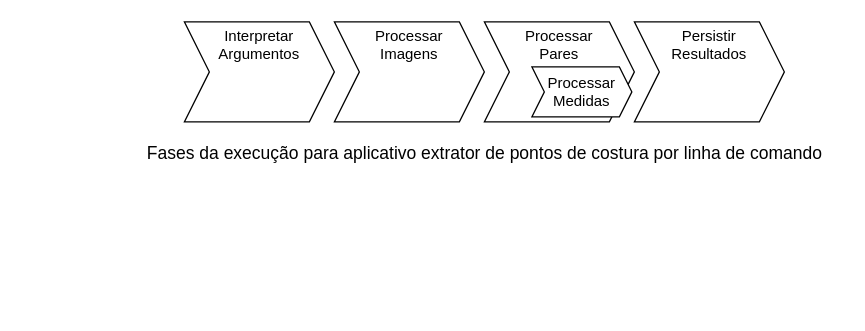
Above: page "Macro" (1 of 6) of Final_Diagrams.drawio in tatorj/Tcc (draw.io), before the change. Source tidied: cells renumbered, new cells numbered last; positions are measured from the earlier drawing's top-left corner, leaving out a move shared by most shapes. Both pictures are drawn from the tidied source at 125%, with x=0, y=0 at pixel (124, 21).
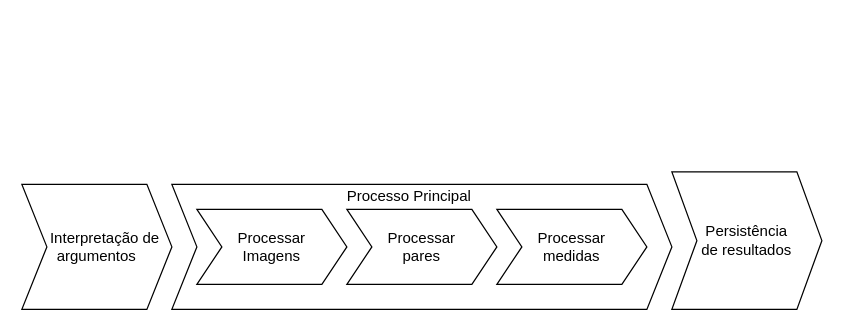
The same diagram, later.

Diff of the diagram source:
```diff
@@
 <mxGraphModel>
   <root>
     <mxCell id="0" />
     <mxCell id="1" parent="0" />
-    <mxCell id="2" value="&lt;font style=&quot;font-size: 14px&quot;&gt;Fases da execução para aplicativo extrator de pontos de costura por linha de comando&lt;/font&gt;" style="text;html=1;strokeColor=none;fillColor=none;align=center;verticalAlign=middle;whiteSpace=wrap;rounded=0;" parent="1" vertex="1">
-      <mxGeometry x="0.5" y="90" width="575" height="30" as="geometry" />
-    </mxCell>
-    <mxCell id="3" style="group;" parent="1" vertex="1">
-      <mxGeometry x="48" width="480" height="80" as="geometry" />
-    </mxCell>
+    <mxCell id="9" style="shape=step;perimeter=stepPerimeter;whiteSpace=wrap;html=1;fixedSize=1;" parent="1" vertex="1">
+      <mxGeometry x="38" y="130" width="400" height="100" as="geometry" />
+    </mxCell>
+    <mxCell id="10" value="&amp;nbsp; &amp;nbsp; Interpretação de argumentos" style="shape=step;perimeter=stepPerimeter;whiteSpace=wrap;html=1;fixedSize=1;" parent="1" vertex="1">
+      <mxGeometry x="-82" y="130" width="120" height="100" as="geometry" />
+    </mxCell>
+    <mxCell id="11" value="Processar&lt;br&gt;medidas" style="shape=step;perimeter=stepPerimeter;whiteSpace=wrap;html=1;fixedSize=1;" parent="1" vertex="1">
+      <mxGeometry x="298" y="150" width="120" height="60" as="geometry" />
+    </mxCell>
+    <mxCell id="12" value="Processar&lt;br&gt;pares" style="shape=step;perimeter=stepPerimeter;whiteSpace=wrap;html=1;fixedSize=1;" parent="1" vertex="1">
+      <mxGeometry x="178" y="150" width="120" height="60" as="geometry" />
+    </mxCell>
-    <mxCell id="4" value="Processar&lt;br&gt;Imagens&lt;br&gt;&lt;br&gt;&lt;br&gt;&lt;br&gt;" style="shape=step;perimeter=stepPerimeter;whiteSpace=wrap;html=1;fixedSize=1;" parent="3" vertex="1">
-      <mxGeometry x="120" width="120" height="80" as="geometry" />
+    <mxCell id="4" value="Processar&lt;br&gt;Imagens" style="shape=step;perimeter=stepPerimeter;whiteSpace=wrap;html=1;fixedSize=1;" parent="1" vertex="1">
+      <mxGeometry x="58" y="150" width="120" height="60" as="geometry" />
     </mxCell>
-    <mxCell id="5" value="Processar&lt;br&gt;Pares&lt;br&gt;&lt;br&gt;&lt;br&gt;&lt;br&gt;" style="shape=step;perimeter=stepPerimeter;whiteSpace=wrap;html=1;fixedSize=1;" parent="3" vertex="1">
-      <mxGeometry x="240" width="120" height="80" as="geometry" />
-    </mxCell>
-    <mxCell id="6" value="Processar&lt;br&gt;Medidas" style="shape=step;perimeter=stepPerimeter;whiteSpace=wrap;html=1;fixedSize=1;size=9.999999999999773;" parent="3" vertex="1">
-      <mxGeometry x="278" y="36" width="80" height="40" as="geometry" />
-    </mxCell>
-    <mxCell id="7" value="Interpretar&lt;br&gt;Argumentos&lt;br&gt;&lt;br&gt;&lt;br&gt;&lt;br&gt;" style="shape=step;perimeter=stepPerimeter;whiteSpace=wrap;html=1;fixedSize=1;" parent="3" vertex="1">
-      <mxGeometry width="120" height="80" as="geometry" />
-    </mxCell>
-    <mxCell id="8" value="Persistir&lt;br&gt;Resultados&lt;br&gt;&lt;br&gt;&lt;br&gt;&lt;br&gt;" style="shape=step;perimeter=stepPerimeter;whiteSpace=wrap;html=1;fixedSize=1;" parent="3" vertex="1">
-      <mxGeometry x="360" width="120" height="80" as="geometry" />
-    </mxCell>
+    <mxCell id="13" value="Processo Principal" style="text;html=1;strokeColor=none;fillColor=none;align=center;verticalAlign=middle;whiteSpace=wrap;rounded=0;" parent="1" vertex="1">
+      <mxGeometry x="158" y="130" width="140" height="20" as="geometry" />
+    </mxCell>
+    <mxCell id="14" value="Persistência&lt;br&gt;de resultados" style="shape=step;perimeter=stepPerimeter;whiteSpace=wrap;html=1;fixedSize=1;" parent="1" vertex="1">
+      <mxGeometry x="438" y="120" width="120" height="110" as="geometry" />
+    </mxCell>
   </root>
 </mxGraphModel>
```
